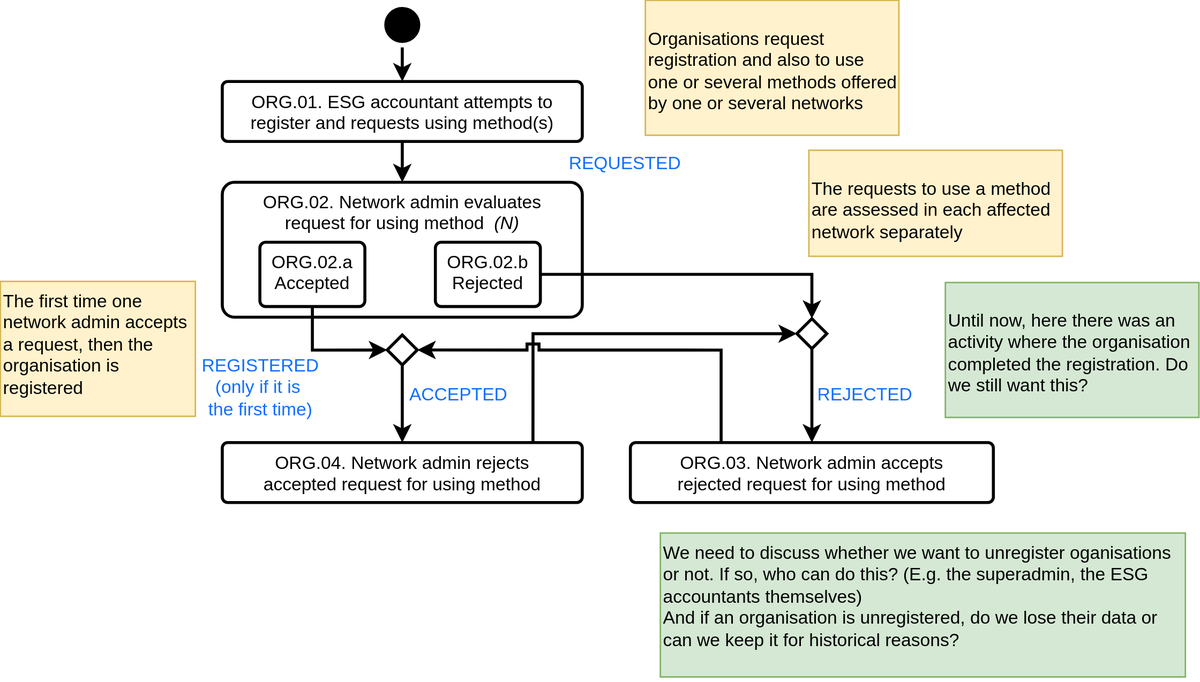
Before: Process/ProcessORG.svg, a diagram exported from draw.io (Show-your-Heart/ShowYourHeart-docs). Source tidied: cells renumbered, new cells last; positions are measured from the earlier drawing's top-left corner, leaving out a move shared by most shapes.
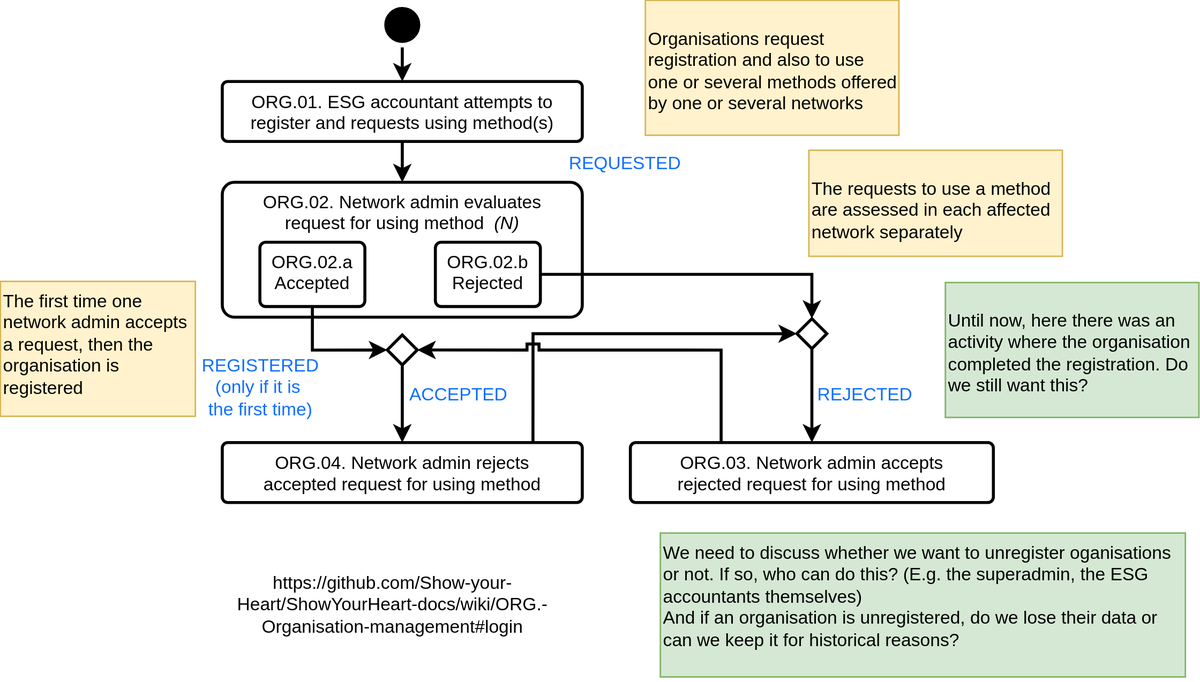
Later version of the same file.

What changed in the source:
```diff
@@ -80,5 +80,8 @@
     <mxCell id="27" value="&lt;div&gt;REGISTERED &lt;br&gt;&lt;/div&gt;&lt;div&gt;(only if it is&amp;nbsp;&lt;/div&gt;&lt;div&gt;the first time)&lt;/div&gt;" style="text;html=1;align=center;verticalAlign=middle;strokeColor=none;fillColor=none;fontColor=#0F6FFF;" parent="1" vertex="1">
       <mxGeometry x="123" y="228.2" width="100" height="60" as="geometry" />
     </mxCell>
+    <mxCell id="28" value="https://github.com/Show-your-Heart/ShowYourHeart-docs/wiki/ORG.-Organisation-management#login " style="text;html=1;align=center;verticalAlign=middle;whiteSpace=wrap;rounded=0;" parent="1" vertex="1">
+      <mxGeometry x="128" y="388.4" width="267" height="30" as="geometry" />
+    </mxCell>
   </root>
 </mxGraphModel>
```
